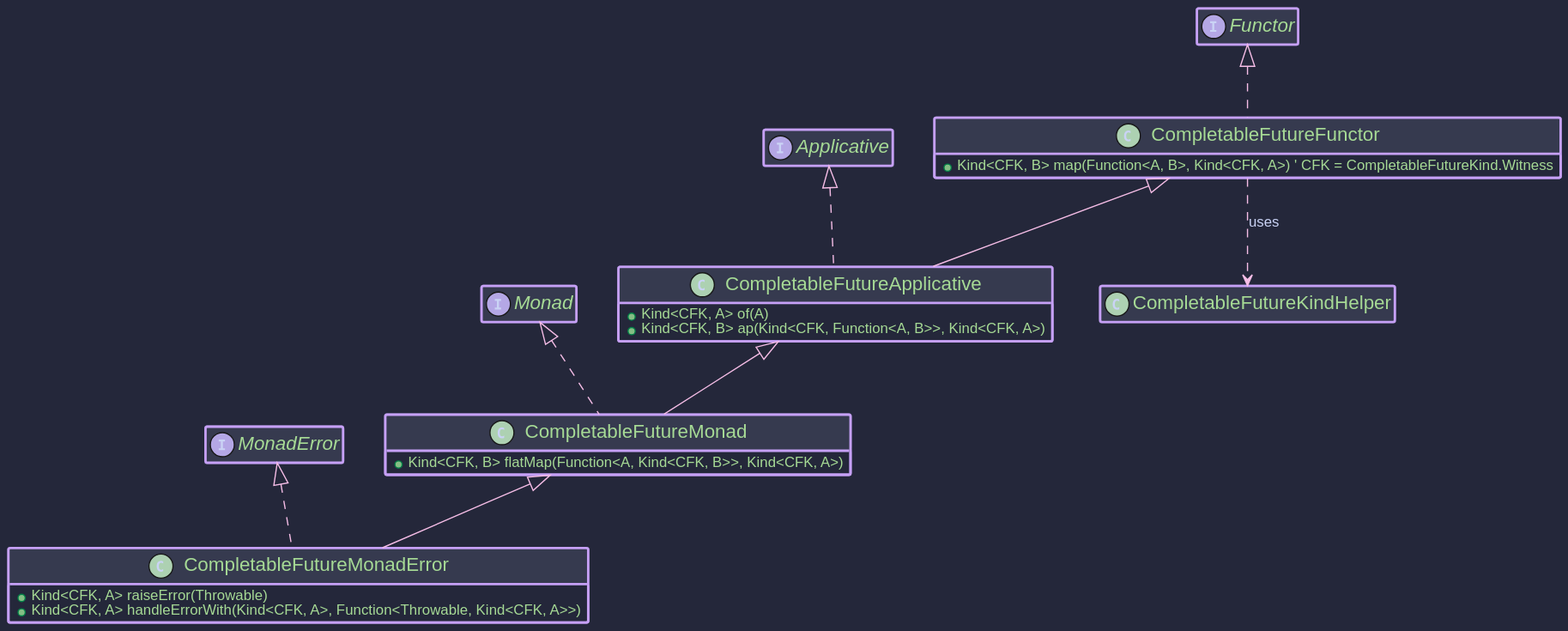
higher-kinded-j/higher-kinded-j keeps this PlantUML diagram as hkj-book/src/images/puml/cf_monad.svg. Above is the earlier version.
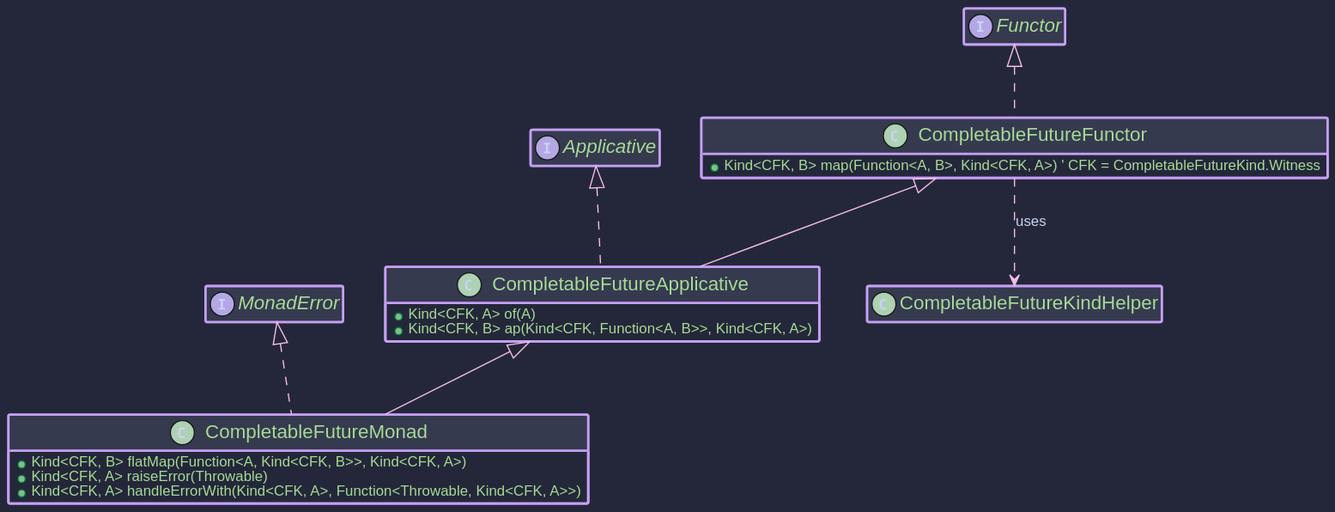
Later version of the same file.

What changed in the source:
```diff
@@ -14,12 +14,9 @@
   + Kind<CFK, B> ap(Kind<CFK, Function<A, B>>, Kind<CFK, A>)
 }
 
-class CompletableFutureMonad extends CompletableFutureApplicative implements Monad<CompletableFutureKind.Witness> {
+class CompletableFutureMonad extends CompletableFutureApplicative implements MonadError<CompletableFutureKind.Witness, Throwable> {
  + Kind<CFK, B> flatMap(Function<A, Kind<CFK, B>>, Kind<CFK, A>)
-}
-
-class CompletableFutureMonadError extends CompletableFutureMonad implements MonadError<CompletableFutureKind.Witness, Throwable> {
-  + Kind<CFK, A> raiseError(Throwable)
-  + Kind<CFK, A> handleErrorWith(Kind<CFK, A>, Function<Throwable, Kind<CFK, A>>)
+ + Kind<CFK, A> raiseError(Throwable)
+ + Kind<CFK, A> handleErrorWith(Kind<CFK, A>, Function<Throwable, Kind<CFK, A>>)
 }
 @enduml
```
